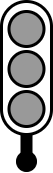
Earlier version of the draw.io export assets/images/trafficlight-off.drawio.png (priobike/priobike-flutter-app). Source tidied: cells renumbered, new cells last; positions are measured from the earlier drawing's top-left corner, leaving out a move shared by most shapes.
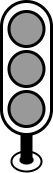
The same file after the commit.

Diff of the diagram source:
```diff
@@ -11,16 +11,19 @@
     <mxCell id="4" style="ellipse;whiteSpace=wrap;html=1;fillColor=#999999;fontColor=#333333;strokeColor=#000000;strokeWidth=3;" parent="1" vertex="1">
       <mxGeometry x="7.5" y="50" width="35" height="35" as="geometry" />
     </mxCell>
-    <mxCell id="5" style="ellipse;whiteSpace=wrap;html=1;fillColor=#999999;fontColor=#333333;strokeColor=#000000;strokeWidth=3;" parent="1" vertex="1">
+    <mxCell id="5" style="ellipse;whiteSpace=wrap;html=1;fillColor=#999999;fontColor=#333333;strokeColor=#000000;strokeWidth=3;shadow=0;" parent="1" vertex="1">
       <mxGeometry x="7.5" y="90" width="35" height="35" as="geometry" />
     </mxCell>
+    <mxCell id="8" style="ellipse;whiteSpace=wrap;html=1;strokeWidth=2;" parent="1" vertex="1">
+      <mxGeometry x="10" y="150" width="30" height="20" as="geometry" />
+    </mxCell>
+    <mxCell id="9" style="ellipse;whiteSpace=wrap;html=1;strokeWidth=3;strokeColor=none;fillColor=#000000;" parent="1" vertex="1">
+      <mxGeometry x="18" y="154" width="14.1" height="9" as="geometry" />
+    </mxCell>
     <mxCell id="6" style="endArrow=none;html=1;rounded=0;exitX=0.5;exitY=1;exitDx=0;exitDy=0;strokeWidth=12;" parent="1" edge="1" source="2">
       <mxGeometry relative="1" as="geometry">
         <mxPoint x="25" y="160" as="targetPoint" />
       </mxGeometry>
     </mxCell>
-    <mxCell id="7" style="ellipse;whiteSpace=wrap;html=1;fillColor=#000000;" parent="1" vertex="1">
-      <mxGeometry x="15" y="150" width="20" height="20" as="geometry" />
-    </mxCell>
   </root>
 </mxGraphModel>
```
